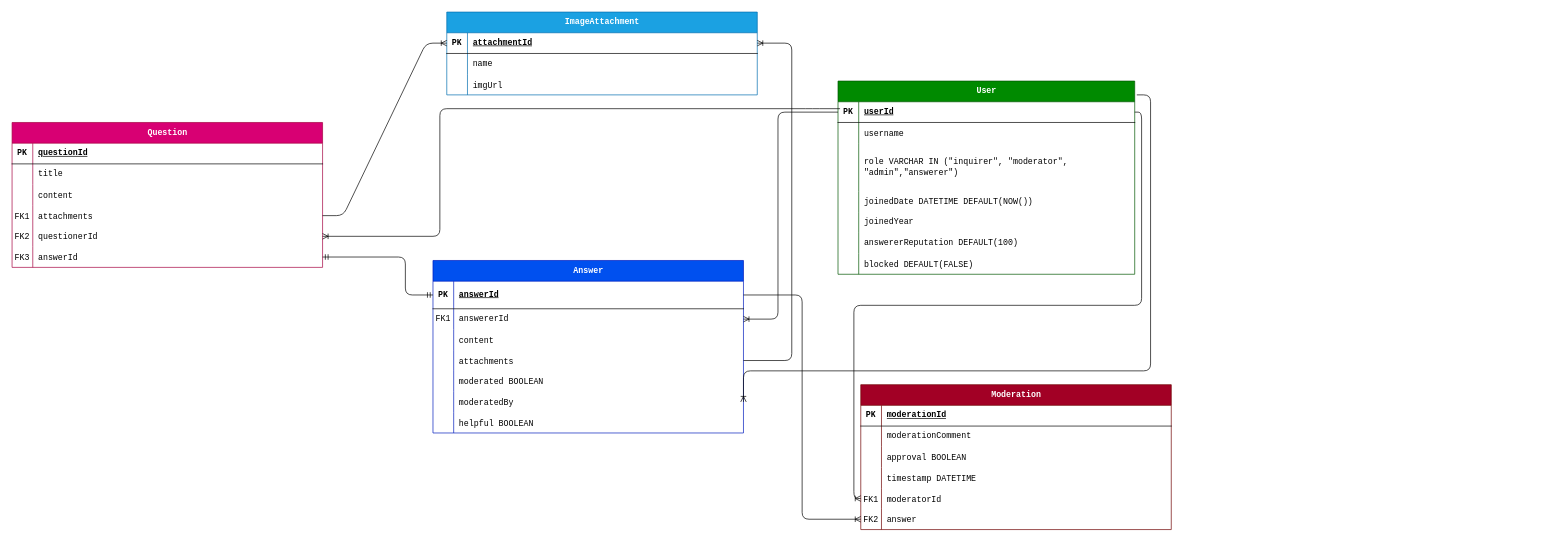
Before: design/DB Design.drawio in timthedev07/KCAMathsHub, a draw.io diagram. Source tidied: cells renumbered, new cells numbered last; positions are measured from the earlier drawing's top-left corner, leaving out a move shared by most shapes. Both pictures are drawn from the tidied source at 69%, with x=0, y=0 at pixel (12, 12).
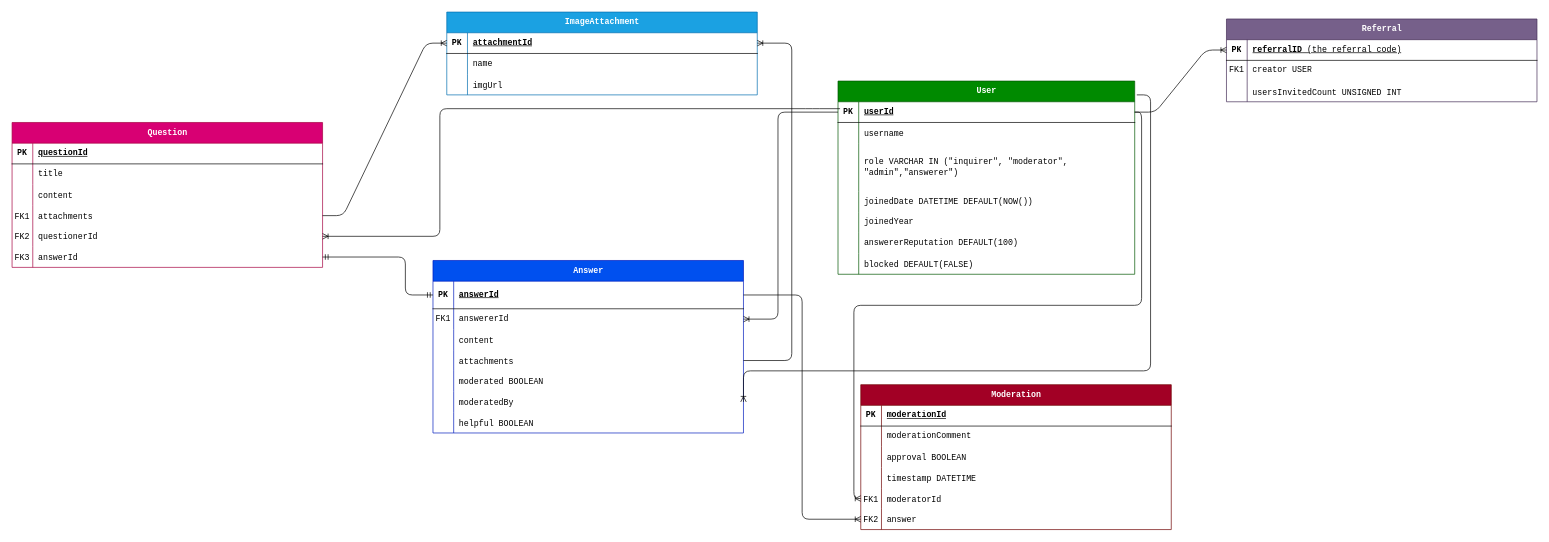
After the change.

Unchanged cells that the change refers to:
```xml
<mxCell id="3" style="shape=tableRow;horizontal=0;startSize=0;swimlaneHead=0;swimlaneBody=0;fillColor=none;points=[[0,0.5],[1,0.5]];portConstraint=eastwest;top=0;left=0;right=0;bottom=1;fontFamily=Courier New;" parent="2" vertex="1">
  <mxGeometry y="30" width="430" height="30" as="geometry" />
</mxCell>
```

Diff of the diagram source:
```diff
@@
+    <mxCell id="102" value="Referral" style="shape=table;startSize=30;childLayout=tableLayout;rowLines=0;fontStyle=1;align=center;html=1;fillColor=#76608a;fontColor=#ffffff;strokeColor=#432D57;fontFamily=Courier New;" parent="1" vertex="1">
+      <mxGeometry x="1760" y="10" width="450" height="120" as="geometry" />
+    </mxCell>
+    <mxCell id="103" style="shape=tableRow;horizontal=0;startSize=0;swimlaneHead=0;swimlaneBody=0;fillColor=none;points=[[0,0.5],[1,0.5]];portConstraint=eastwest;top=0;left=0;right=0;bottom=1;fontFamily=Courier New;" parent="102" vertex="1">
+      <mxGeometry y="30" width="450" height="30" as="geometry" />
+    </mxCell>
+    <mxCell id="104" value="PK" style="shape=partialRectangle;fillColor=none;top=0;left=0;bottom=0;right=0;fontStyle=1;overflow=hidden;whiteSpace=wrap;html=1;fontFamily=Courier New;" parent="103" vertex="1">
+      <mxGeometry width="30" height="30" as="geometry" />
+    </mxCell>
+    <mxCell id="105" value="referralID&lt;span style=&quot;font-weight: normal;&quot;&gt; (the referral code)&lt;/span&gt;" style="shape=partialRectangle;fillColor=none;top=0;left=0;bottom=0;right=0;align=left;spacingLeft=6;fontStyle=5;overflow=hidden;whiteSpace=wrap;html=1;fontFamily=Courier New;" parent="103" vertex="1">
+      <mxGeometry x="30" width="420" height="30" as="geometry" />
+    </mxCell>
+    <mxCell id="106" style="shape=tableRow;horizontal=0;startSize=0;swimlaneHead=0;swimlaneBody=0;fillColor=none;top=0;left=0;right=0;bottom=0;fontFamily=Courier New;" parent="102" vertex="1">
+      <mxGeometry y="60" width="450" height="30" as="geometry" />
+    </mxCell>
+    <mxCell id="107" value="FK1" style="shape=partialRectangle;fillColor=none;top=0;left=0;bottom=0;right=0;overflow=hidden;whiteSpace=wrap;html=1;fontFamily=Courier New;" parent="106" vertex="1">
+      <mxGeometry width="30" height="30" as="geometry" />
+    </mxCell>
+    <mxCell id="108" value="creator USER" style="shape=partialRectangle;fillColor=none;top=0;left=0;bottom=0;right=0;align=left;spacingLeft=6;overflow=hidden;whiteSpace=wrap;html=1;fontFamily=Courier New;" parent="106" vertex="1">
+      <mxGeometry x="30" width="420" height="30" as="geometry" />
+    </mxCell>
+    <mxCell id="109" style="shape=tableRow;horizontal=0;startSize=0;swimlaneHead=0;swimlaneBody=0;fillColor=none;top=0;left=0;right=0;bottom=0;fontFamily=Courier New;" parent="102" vertex="1">
+      <mxGeometry y="90" width="450" height="30" as="geometry" />
+    </mxCell>
+    <mxCell id="110" style="shape=partialRectangle;fillColor=none;top=0;left=0;bottom=0;right=0;overflow=hidden;fontFamily=Courier New;" parent="109" vertex="1">
+      <mxGeometry width="30" height="30" as="geometry" />
+    </mxCell>
+    <mxCell id="111" value="usersInvitedCount UNSIGNED INT" style="shape=partialRectangle;fillColor=none;top=0;left=0;bottom=0;right=0;align=left;spacingLeft=6;overflow=hidden;fontFamily=Courier New;" parent="109" vertex="1">
+      <mxGeometry x="30" width="420" height="30" as="geometry" />
+    </mxCell>
+    <mxCell id="112" style="edgeStyle=entityRelationEdgeStyle;fontSize=12;html=1;endArrow=ERoneToMany;rounded=1;exitX=1;exitY=0.5;exitDx=0;exitDy=0;entryX=0;entryY=0.5;entryDx=0;entryDy=0;" parent="1" edge="1" source="3" target="103">
+      <mxGeometry relative="1" as="geometry" />
+    </mxCell>
```
